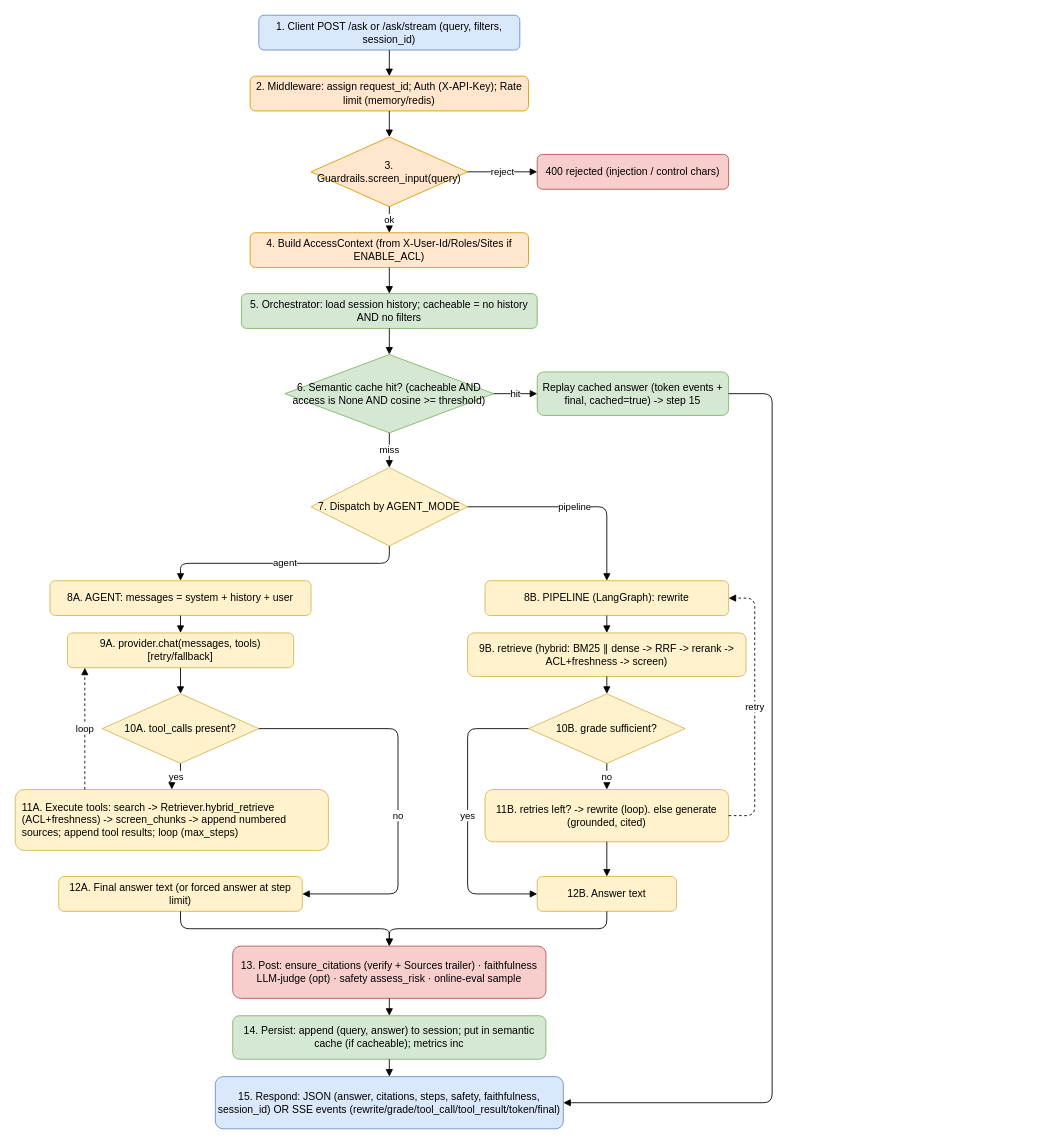
Earlier version of the draw.io diagram page "LLD - Query Flow" (1 of 2) of docs/design/lld.drawio (Nirmalnk05/rag_project). Source tidied: cells renumbered, new cells numbered last; positions are measured from the earlier drawing's top-left corner, leaving out a move shared by most shapes. Both pictures are drawn from the tidied source at 87%, with x=0, y=0 at pixel (15, 15).
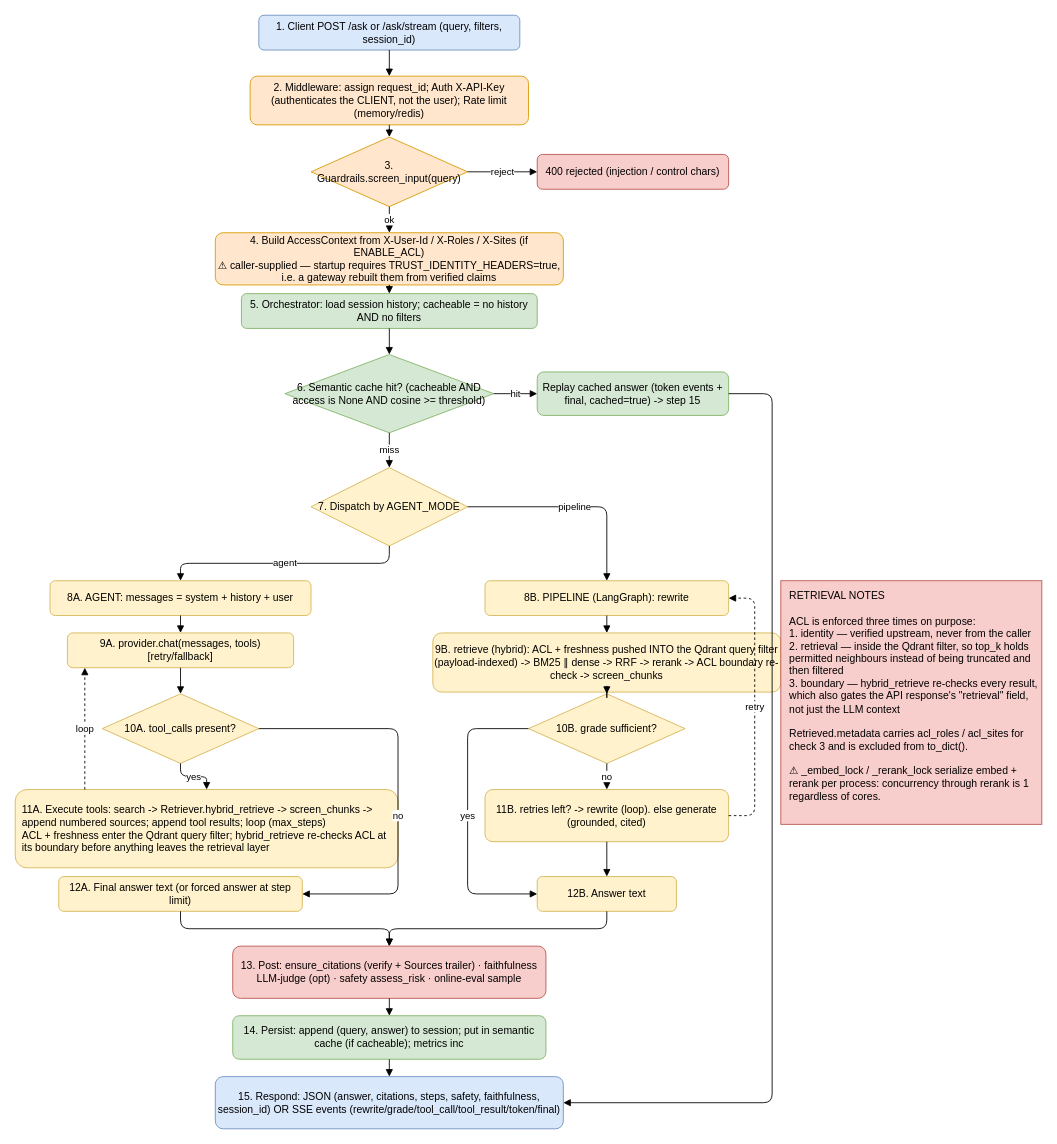
After the change.

Commit message (it also covers changes not shown here):
fix: enforce ACLs end to end — index hash, Qdrant filter, boundary re-check

Change to the diagram source:
```diff
@@
-    <mxCell id="3" value="2. Middleware: assign request_id; Auth (X-API-Key); Rate limit (memory/redis)" style="rounded=1;whiteSpace=wrap;html=1;fillColor=#ffe6cc;strokeColor=#d79b00;" parent="1" vertex="1">
-      <mxGeometry x="270" y="70" width="320" height="40" as="geometry" />
+    <mxCell id="3" value="2. Middleware: assign request_id; Auth X-API-Key (authenticates the CLIENT, not the user); Rate limit (memory/redis)" style="rounded=1;whiteSpace=wrap;html=1;fillColor=#ffe6cc;strokeColor=#d79b00;" parent="1" vertex="1">
+      <mxGeometry x="270" y="70" width="320" height="56" as="geometry" />
     </mxCell>
@@
-    <mxCell id="6" value="4. Build AccessContext (from X-User-Id/Roles/Sites if ENABLE_ACL)" style="rounded=1;whiteSpace=wrap;html=1;fillColor=#ffe6cc;strokeColor=#d79b00;" parent="1" vertex="1">
-      <mxGeometry x="270" y="250" width="320" height="40" as="geometry" />
+    <mxCell id="6" value="4. Build AccessContext from X-User-Id / X-Roles / X-Sites (if ENABLE_ACL)&#10;⚠ caller-supplied — startup requires TRUST_IDENTITY_HEADERS=true, i.e. a gateway rebuilt them from verified claims" style="rounded=1;whiteSpace=wrap;html=1;fillColor=#ffe6cc;strokeColor=#d79b00;" parent="1" vertex="1">
+      <mxGeometry x="230" y="250" width="400" height="60" as="geometry" />
     </mxCell>
@@
-    <mxCell id="14" value="11A. Execute tools: search -&gt; Retriever.hybrid_retrieve (ACL+freshness) -&gt; screen_chunks -&gt; append numbered sources; append tool results; loop (max_steps)" style="rounded=1;whiteSpace=wrap;html=1;align=left;fillColor=#fff2cc;strokeColor=#d6b656;spacingLeft=6;" parent="1" vertex="1">
-      <mxGeometry y="890" width="360" height="70" as="geometry" />
+    <mxCell id="14" value="11A. Execute tools: search -&gt; Retriever.hybrid_retrieve -&gt; screen_chunks -&gt; append numbered sources; append tool results; loop (max_steps)&#10;ACL + freshness enter the Qdrant query filter; hybrid_retrieve re-checks ACL at its boundary before anything leaves the retrieval layer" style="rounded=1;whiteSpace=wrap;html=1;align=left;fillColor=#fff2cc;strokeColor=#d6b656;spacingLeft=6;" parent="1" vertex="1">
+      <mxGeometry y="890" width="440" height="90" as="geometry" />
     </mxCell>
@@
-    <mxCell id="17" value="9B. retrieve (hybrid: BM25 ∥ dense -&gt; RRF -&gt; rerank -&gt; ACL+freshness -&gt; screen)" style="rounded=1;whiteSpace=wrap;html=1;fillColor=#fff2cc;strokeColor=#d6b656;" parent="1" vertex="1">
-      <mxGeometry x="520" y="710" width="320" height="50" as="geometry" />
+    <mxCell id="17" value="9B. retrieve (hybrid): ACL + freshness pushed INTO the Qdrant query filter (payload-indexed) -&gt; BM25 ∥ dense -&gt; RRF -&gt; rerank -&gt; ACL boundary re-check -&gt; screen_chunks" style="rounded=1;whiteSpace=wrap;html=1;fillColor=#fff2cc;strokeColor=#d6b656;" parent="1" vertex="1">
+      <mxGeometry x="480" y="710" width="400" height="68" as="geometry" />
     </mxCell>
@@
+    <mxCell id="50" value="RETRIEVAL NOTES&#10;&#10;ACL is enforced three times on purpose:&#10;1. identity — verified upstream, never from the caller&#10;2. retrieval — inside the Qdrant filter, so top_k holds permitted neighbours instead of being truncated and then filtered&#10;3. boundary — hybrid_retrieve re-checks every result, which also gates the API response's &quot;retrieval&quot; field, not just the LLM context&#10;&#10;Retrieved.metadata carries acl_roles / acl_sites for check 3 and is excluded from to_dict().&#10;&#10;⚠ _embed_lock / _rerank_lock serialize embed + rerank per process: concurrency through rerank is 1 regardless of cores." style="rounded=0;whiteSpace=wrap;html=1;align=left;fillColor=#f8cecc;strokeColor=#b85450;spacingLeft=8;verticalAlign=top;spacingTop=4;" parent="1" vertex="1">
+      <mxGeometry x="880" y="650" width="300" height="280" as="geometry" />
+    </mxCell>
```
